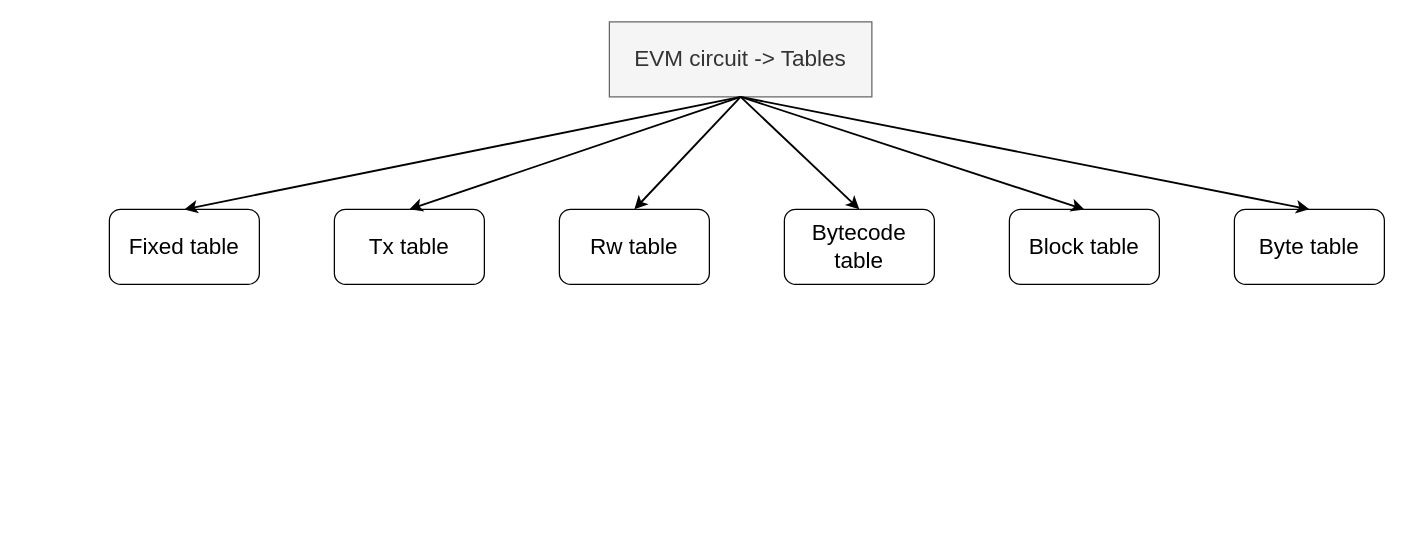
The draw.io diagram zkevm/(code) EVM circuit.drawio in 0xyicheng/a-research-diagram, before the edit. Source tidied: cells renumbered, new cells numbered last; positions are measured from the earlier drawing's top-left corner, leaving out a move shared by most shapes. Both pictures are drawn from the tidied source at 125%, with x=0, y=0 at pixel (109, 21).
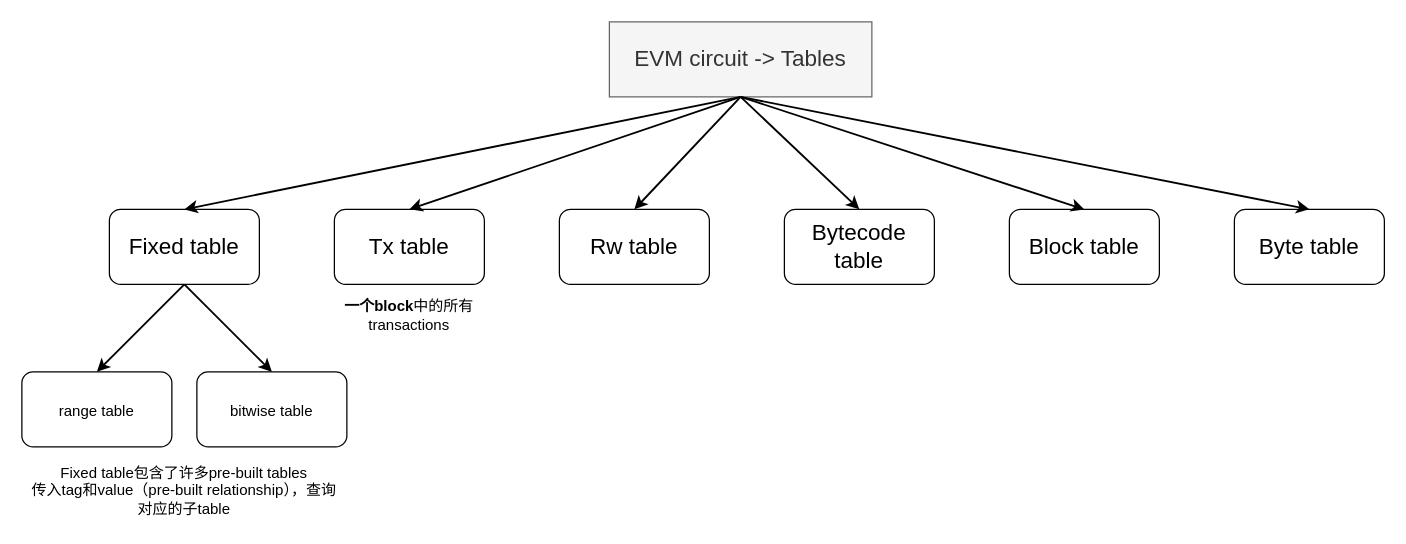
After the change.

The change refers to these unchanged cells:
```xml
<mxCell id="3" value="Fixed table" style="rounded=1;whiteSpace=wrap;html=1;fontSize=18;strokeWidth=1;" parent="1" vertex="1">
  <mxGeometry y="150" width="120" height="60" as="geometry" />
</mxCell>
```

Diff of the diagram source:
```diff
@@
+    <mxCell id="15" value="&lt;font style=&quot;font-size: 12px;&quot;&gt;range table&lt;/font&gt;" style="rounded=1;whiteSpace=wrap;html=1;fontSize=18;strokeWidth=1;" parent="1" vertex="1">
+      <mxGeometry x="-70" y="280" width="120" height="60" as="geometry" />
+    </mxCell>
+    <mxCell id="16" value="&lt;font style=&quot;font-size: 12px;&quot;&gt;bitwise table&lt;/font&gt;" style="rounded=1;whiteSpace=wrap;html=1;fontSize=18;strokeWidth=1;" parent="1" vertex="1">
+      <mxGeometry x="70" y="280" width="120" height="60" as="geometry" />
+    </mxCell>
+    <mxCell id="17" style="endArrow=classic;html=1;rounded=0;fontSize=18;exitX=0.5;exitY=1;exitDx=0;exitDy=0;entryX=0.5;entryY=0;entryDx=0;entryDy=0;strokeWidth=1.5;" parent="1" edge="1" source="3" target="15">
+      <mxGeometry relative="1" as="geometry" />
+    </mxCell>
+    <mxCell id="18" style="endArrow=classic;html=1;rounded=0;fontSize=18;exitX=0.5;exitY=1;exitDx=0;exitDy=0;strokeWidth=1.5;entryX=0.5;entryY=0;entryDx=0;entryDy=0;" parent="1" edge="1" source="3" target="16">
+      <mxGeometry relative="1" as="geometry" />
+    </mxCell>
+    <mxCell id="19" value="Fixed table包含了许多pre-built tables&lt;br&gt;传入tag和value（pre-built relationship），查询对应的子table" style="text;html=1;strokeColor=none;fillColor=none;align=center;verticalAlign=middle;whiteSpace=wrap;rounded=0;fontSize=12;" parent="1" vertex="1">
+      <mxGeometry x="-65" y="350" width="250" height="50" as="geometry" />
+    </mxCell>
+    <mxCell id="20" value="&lt;b&gt;一个block&lt;/b&gt;中的所有transactions" style="text;html=1;strokeColor=none;fillColor=none;align=center;verticalAlign=middle;whiteSpace=wrap;rounded=0;fontSize=12;" parent="1" vertex="1">
+      <mxGeometry x="185" y="220" width="110" height="30" as="geometry" />
+    </mxCell>
```
